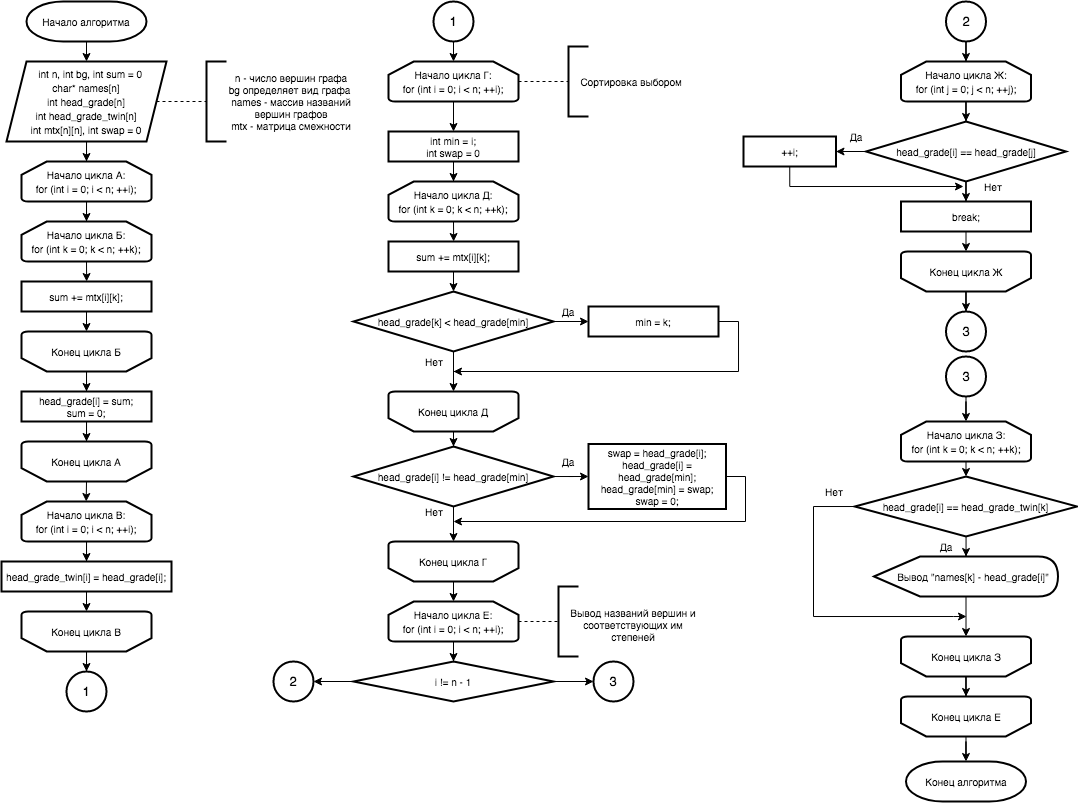
ShadrinYuri/FLITA_4dz keeps this draw.io diagram as ДЗ4.png. Above is the earlier version. Source tidied: cells renumbered, new cells last; positions are measured from the earlier drawing's top-left corner, leaving out a move shared by most shapes.
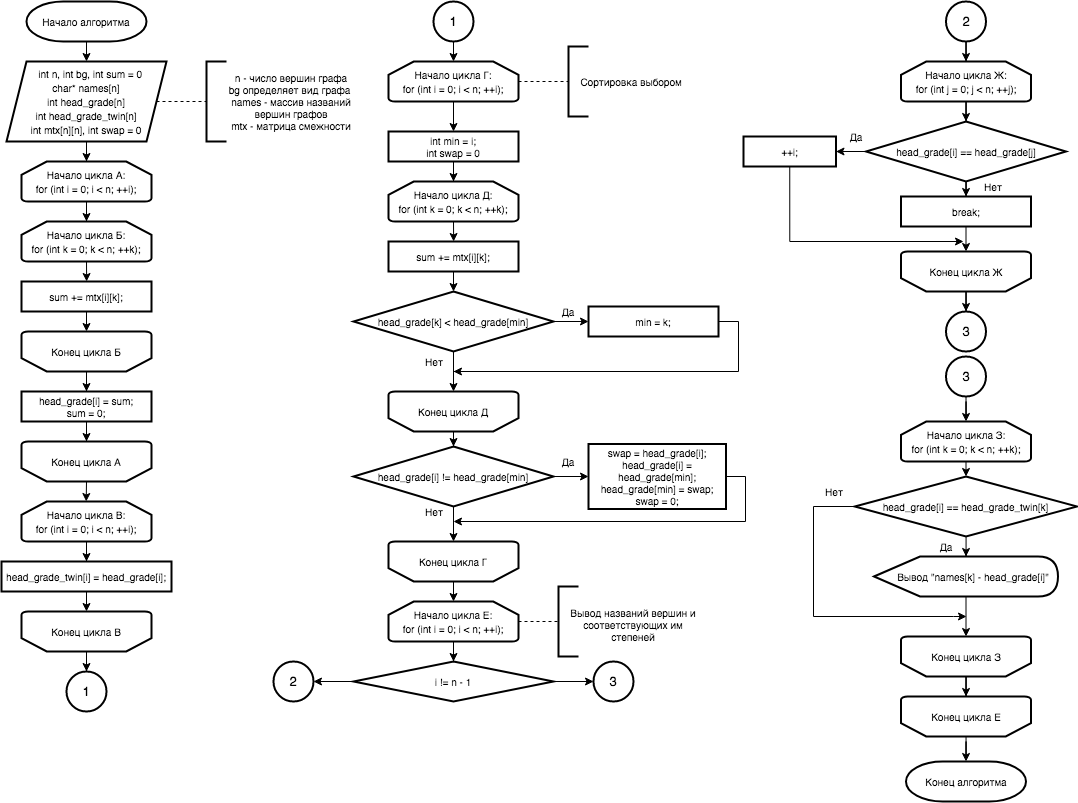
The same diagram one commit later.

Diff of the diagram source:
```diff
@@ -316,9 +316,8 @@
     <mxCell id="89" value="&lt;font size=&quot;1&quot;&gt;Начало цикла Ж:&lt;br&gt;for (int j = 0; j &amp;lt; n; ++j);&lt;br&gt;&lt;/font&gt;" style="strokeWidth=2;html=1;shape=mxgraph.flowchart.loop_limit;whiteSpace=wrap;rounded=0;glass=0;sketch=0;" parent="1" vertex="1">
       <mxGeometry x="899.5" y="60" width="130" height="40" as="geometry" />
     </mxCell>
-    <mxCell id="90" style="edgeStyle=orthogonalEdgeStyle;rounded=0;orthogonalLoop=1;jettySize=auto;html=1;exitX=0.5;exitY=1;exitDx=0;exitDy=0;entryX=0.5;entryY=1;entryDx=0;entryDy=0;fontSize=10;" parent="1" edge="1">
+    <mxCell id="90" style="edgeStyle=orthogonalEdgeStyle;rounded=0;jettySize=auto;html=1;exitX=0.5;exitY=1;exitDx=0;exitDy=0;entryX=0.5;entryY=1;entryDx=0;entryDy=0;fontSize=10;" parent="1" edge="1" source="99">
       <mxGeometry relative="1" as="geometry">
-        <mxPoint x="964.5" y="230" as="sourcePoint" />
         <mxPoint x="964.5" y="250" as="targetPoint" />
       </mxGeometry>
     </mxCell>
@@ -344,9 +343,9 @@
     </mxCell>
     <mxCell id="97" style="edgeStyle=orthogonalEdgeStyle;rounded=0;jettySize=auto;html=1;fontSize=10;exitX=0.5;exitY=1;exitDx=0;exitDy=0;" parent="1" edge="1" source="98">
       <mxGeometry relative="1" as="geometry">
-        <mxPoint x="962" y="185" as="targetPoint" />
+        <mxPoint x="962" y="240" as="targetPoint" />
         <Array as="points">
-          <mxPoint x="788" y="185" />
+          <mxPoint x="788" y="240" />
         </Array>
       </mxGeometry>
     </mxCell>
@@ -354,7 +353,7 @@
       <mxGeometry x="742" y="135" width="92.5" height="30" as="geometry" />
     </mxCell>
     <mxCell id="99" value="break;" style="rounded=0;whiteSpace=wrap;html=1;glass=0;sketch=0;strokeWidth=2;fontSize=10;" parent="1" vertex="1">
-      <mxGeometry x="899.5" y="200" width="130" height="30" as="geometry" />
+      <mxGeometry x="899.5" y="195" width="130" height="30" as="geometry" />
     </mxCell>
     <mxCell id="100" value="Да" style="text;html=1;strokeColor=none;fillColor=none;align=center;verticalAlign=middle;whiteSpace=wrap;rounded=0;glass=0;sketch=0;fontSize=10;" parent="1" vertex="1">
       <mxGeometry x="834.5" y="125" width="40" height="20" as="geometry" />
```
